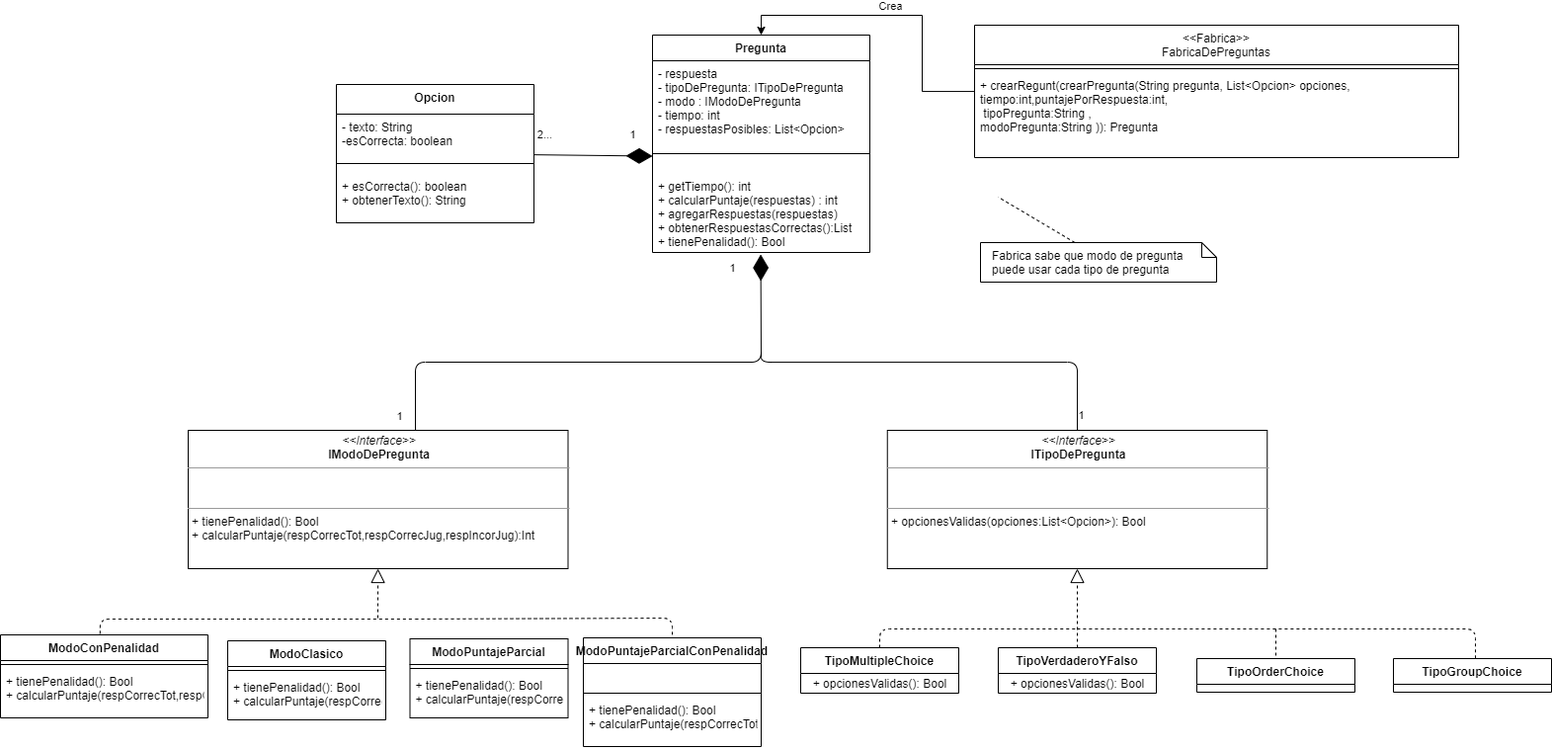
Earlier version of the draw.io export informe/diagramaPregunta.png (AndresJalife/Kahoot-2.0). Source tidied: cells renumbered, new cells last; positions are measured from the earlier drawing's top-left corner, leaving out a move shared by most shapes.
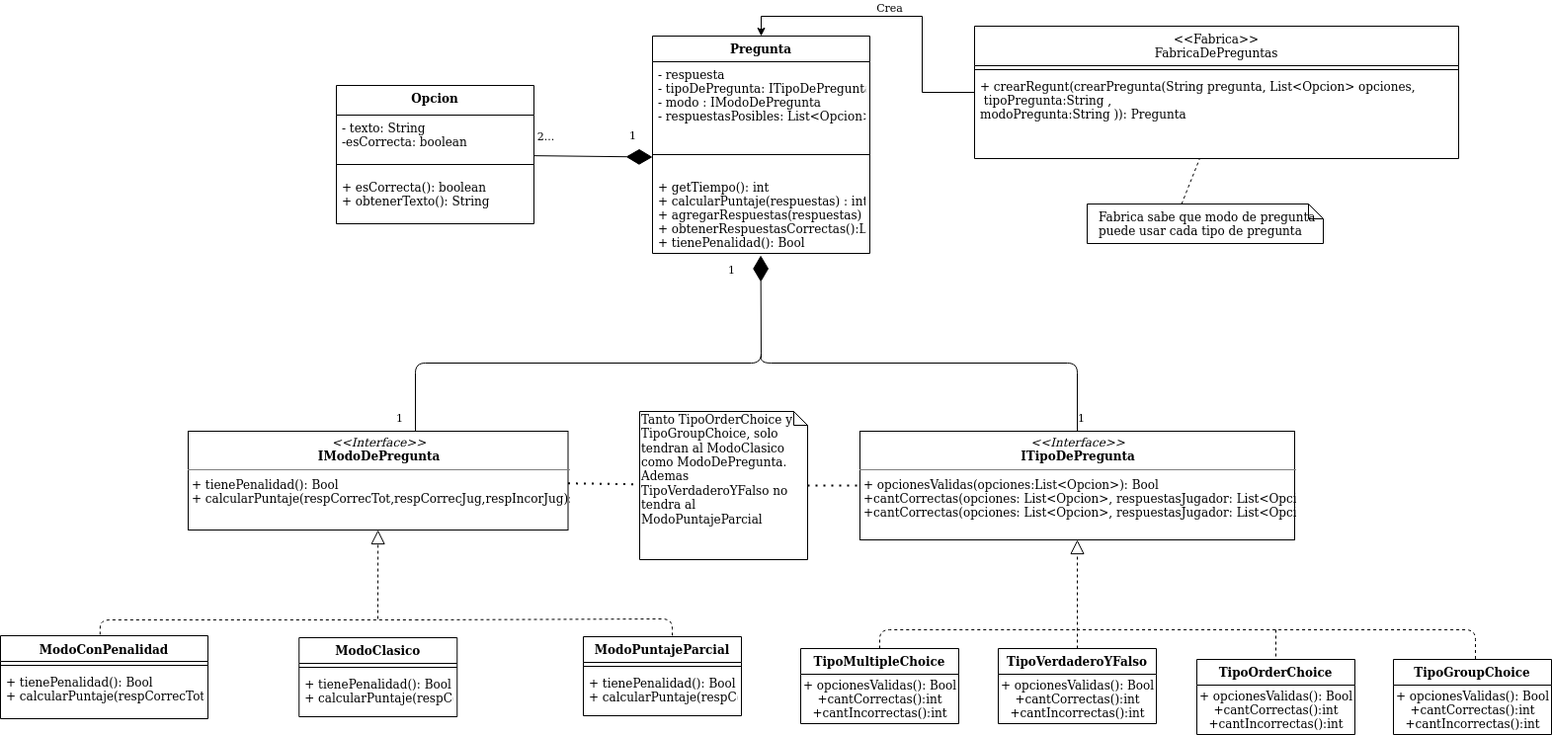
The same diagram one commit later.

Commit message:
Actualizo diagramas & informe

The edit, as a diff of the source:
```diff
@@ -2,10 +2,8 @@
   <root>
     <mxCell id="0" />
     <mxCell id="1" parent="0" />
-    <mxCell id="2" style="endArrow=block;dashed=1;endFill=0;endSize=12;html=1;entryX=0.5;entryY=1;entryDx=0;entryDy=0;exitX=0.5;exitY=0;exitDx=0;exitDy=0;" parent="1" edge="1" source="44">
-      <mxGeometry relative="1" as="geometry">
-        <mxPoint x="1090" y="550" as="targetPoint" />
-      </mxGeometry>
+    <mxCell id="2" style="endArrow=block;dashed=1;endFill=0;endSize=12;html=1;entryX=0.5;entryY=1;entryDx=0;entryDy=0;exitX=0.5;exitY=0;exitDx=0;exitDy=0;" parent="1" edge="1" source="44" target="41">
+      <mxGeometry relative="1" as="geometry" />
     </mxCell>
     <mxCell id="3" style="endArrow=none;dashed=1;html=1;exitX=0.48;exitY=-0.013;exitDx=0;exitDy=0;exitPerimeter=0;" parent="1" edge="1" source="23">
       <mxGeometry relative="1" as="geometry">
@@ -16,9 +14,10 @@
         </Array>
       </mxGeometry>
     </mxCell>
-    <mxCell id="4" style="endArrow=none;dashed=1;html=1;" parent="1" edge="1" target="32">
+    <mxCell id="4" style="endArrow=none;dashed=1;html=1;" parent="1" edge="1">
       <mxGeometry relative="1" as="geometry">
         <mxPoint x="420" y="601" as="sourcePoint" />
+        <mxPoint x="680" y="620" as="targetPoint" />
         <Array as="points">
           <mxPoint x="680" y="600" />
         </Array>
@@ -84,7 +83,7 @@
     <mxCell id="13" value="Pregunta" style="swimlane;fontStyle=1;align=center;verticalAlign=top;horizontal=1;startSize=26;" parent="1" vertex="1">
       <mxGeometry x="660" y="10" width="220" height="220" as="geometry" />
     </mxCell>
-    <mxCell id="14" value="- respuesta&#10;- tipoDePregunta: ITipoDePregunta&#10;- modo : IModoDePregunta&#10;- tiempo: int&#10;- respuestasPosibles: List&lt;Opcion&gt;&#10;" style="text;strokeColor=none;fillColor=none;align=left;verticalAlign=top;spacingLeft=4;spacingRight=4;overflow=hidden;" parent="13" vertex="1">
+    <mxCell id="14" value="- respuesta&#10;- tipoDePregunta: ITipoDePregunta&#10;- modo : IModoDePregunta&#10;- respuestasPosibles: List&lt;Opcion&gt;&#10;" style="text;strokeColor=none;fillColor=none;align=left;verticalAlign=top;spacingLeft=4;spacingRight=4;overflow=hidden;" parent="13" vertex="1">
       <mxGeometry y="26" width="220" height="74" as="geometry" />
     </mxCell>
     <mxCell id="15" style="line;strokeWidth=1;fillColor=none;align=left;verticalAlign=middle;spacingTop=-1;spacingLeft=3;spacingRight=3;labelPosition=right;" parent="13" vertex="1">
@@ -94,11 +93,17 @@
       <mxGeometry y="140" width="220" height="80" as="geometry" />
     </mxCell>
     <mxCell id="17" value="TipoOrderChoice" style="swimlane;fontStyle=1;align=center;verticalAlign=top;horizontal=1;startSize=26;" parent="1" vertex="1">
-      <mxGeometry x="1211" y="641" width="160" height="34" as="geometry" />
+      <mxGeometry x="1211" y="641" width="160" height="76" as="geometry" />
     </mxCell>
+    <mxCell id="53" value="&lt;span style=&quot;text-align: left&quot;&gt;+ opcionesValidas(): Bool&lt;/span&gt;&lt;br style=&quot;text-align: left&quot;&gt;&lt;span style=&quot;text-align: left&quot;&gt;+cantCorrectas():int&lt;/span&gt;&lt;br style=&quot;text-align: left&quot;&gt;&lt;span style=&quot;text-align: left&quot;&gt;+cantIncorrectas():int&lt;/span&gt;" style="text;html=1;align=center;verticalAlign=middle;" parent="17" vertex="1">
+      <mxGeometry y="26" width="160" height="50" as="geometry" />
+    </mxCell>
     <mxCell id="18" value="TipoGroupChoice" style="swimlane;fontStyle=1;align=center;verticalAlign=top;horizontal=1;startSize=26;" parent="1" vertex="1">
-      <mxGeometry x="1410" y="641" width="160" height="34" as="geometry" />
+      <mxGeometry x="1410" y="641" width="160" height="76" as="geometry" />
     </mxCell>
+    <mxCell id="54" value="&lt;span style=&quot;text-align: left&quot;&gt;+ opcionesValidas(): Bool&lt;/span&gt;&lt;br style=&quot;text-align: left&quot;&gt;&lt;span style=&quot;text-align: left&quot;&gt;+cantCorrectas():int&lt;/span&gt;&lt;br style=&quot;text-align: left&quot;&gt;&lt;span style=&quot;text-align: left&quot;&gt;+cantIncorrectas():int&lt;/span&gt;" style="text;html=1;align=center;verticalAlign=middle;" parent="18" vertex="1">
+      <mxGeometry y="26" width="160" height="50" as="geometry" />
+    </mxCell>
     <mxCell id="19" style="endArrow=diamondThin;endFill=1;endSize=24;html=1;" parent="1" edge="1" source="37">
       <mxGeometry relative="1" as="geometry">
         <mxPoint x="660" y="132.5" as="targetPoint" />
@@ -114,8 +119,8 @@
         <mxPoint y="-19.3" as="offset" />
       </mxGeometry>
     </mxCell>
-    <mxCell id="22" value="&lt;p style=&quot;margin: 0px ; margin-top: 4px ; text-align: center&quot;&gt;&lt;i&gt;&amp;lt;&amp;lt;Interface&amp;gt;&amp;gt;&lt;/i&gt;&lt;br&gt;&lt;span style=&quot;font-weight: 700&quot;&gt;IModoDePregunta&lt;/span&gt;&lt;br&gt;&lt;/p&gt;&lt;hr size=&quot;1&quot;&gt;&lt;p style=&quot;margin: 0px ; margin-left: 4px&quot;&gt;&lt;br&gt;&lt;br&gt;&lt;/p&gt;&lt;hr size=&quot;1&quot;&gt;&lt;p style=&quot;margin: 0px ; margin-left: 4px&quot;&gt;+ tienePenalidad(): Bool&lt;/p&gt;&lt;p style=&quot;margin: 0px ; margin-left: 4px&quot;&gt;+ calcularPuntaje(respCorrecTot,respCorrecJug,respIncorJug):Int&lt;br&gt;&lt;/p&gt;" style="verticalAlign=top;align=left;overflow=fill;fontSize=12;fontFamily=Helvetica;html=1;" parent="1" vertex="1">
-      <mxGeometry x="190" y="410" width="384.5" height="140" as="geometry" />
+    <mxCell id="22" value="&lt;p style=&quot;margin: 0px ; margin-top: 4px ; text-align: center&quot;&gt;&lt;i&gt;&amp;lt;&amp;lt;Interface&amp;gt;&amp;gt;&lt;/i&gt;&lt;br&gt;&lt;span style=&quot;font-weight: 700&quot;&gt;IModoDePregunta&lt;/span&gt;&lt;/p&gt;&lt;hr size=&quot;1&quot;&gt;&lt;p style=&quot;margin: 0px ; margin-left: 4px&quot;&gt;+ tienePenalidad(): Bool&lt;/p&gt;&lt;p style=&quot;margin: 0px ; margin-left: 4px&quot;&gt;+ calcularPuntaje(respCorrecTot,respCorrecJug,respIncorJug):Int&lt;br&gt;&lt;/p&gt;" style="verticalAlign=top;align=left;overflow=fill;fontSize=12;fontFamily=Helvetica;html=1;" parent="1" vertex="1">
+      <mxGeometry x="190" y="410" width="384.5" height="100" as="geometry" />
     </mxCell>
     <mxCell id="23" value="ModoConPenalidad" style="swimlane;fontStyle=1;align=center;verticalAlign=top;horizontal=1;startSize=26;whiteSpace=wrap;" parent="1" vertex="1">
       <mxGeometry y="617" width="210" height="84" as="geometry" />
@@ -126,36 +131,6 @@
     <mxCell id="25" value="+ tienePenalidad(): Bool&#10;+ calcularPuntaje(respCorrecTot,respCorrecJug,respIncorJug):Int&#10;" style="text;strokeColor=none;fillColor=none;align=left;verticalAlign=top;spacingLeft=4;spacingRight=4;overflow=hidden;" parent="23" vertex="1">
       <mxGeometry y="34" width="210" height="50" as="geometry" />
     </mxCell>
-    <mxCell id="26" value="ModoClasico&#10;" style="swimlane;fontStyle=1;align=center;verticalAlign=top;horizontal=1;startSize=26;" parent="1" vertex="1">
-      <mxGeometry x="230" y="623" width="160" height="80" as="geometry" />
-    </mxCell>
-    <mxCell id="27" style="line;strokeWidth=1;fillColor=none;align=left;verticalAlign=middle;spacingTop=-1;spacingLeft=3;spacingRight=3;labelPosition=right;" parent="26" vertex="1">
-      <mxGeometry y="26" width="160" height="8" as="geometry" />
-    </mxCell>
-    <mxCell id="28" value="+ tienePenalidad(): Bool&#10;+ calcularPuntaje(respCorrecTot,respCorrecJug,respIncorJug):Int&#10;" style="text;strokeColor=none;fillColor=none;align=left;verticalAlign=top;spacingLeft=4;spacingRight=4;overflow=hidden;" parent="26" vertex="1">
-      <mxGeometry y="34" width="160" height="46" as="geometry" />
-    </mxCell>
-    <mxCell id="29" value="ModoPuntajeParcial&#10;" style="swimlane;fontStyle=1;align=center;verticalAlign=top;horizontal=1;startSize=26;" parent="1" vertex="1">
-      <mxGeometry x="414.5" y="621" width="160" height="80" as="geometry" />
-    </mxCell>
-    <mxCell id="30" style="line;strokeWidth=1;fillColor=none;align=left;verticalAlign=middle;spacingTop=-1;spacingLeft=3;spacingRight=3;labelPosition=right;" parent="29" vertex="1">
-      <mxGeometry y="26" width="160" height="8" as="geometry" />
-    </mxCell>
-    <mxCell id="31" value="+ tienePenalidad(): Bool&#10;+ calcularPuntaje(respCorrecTot,respCorrecJug,respIncorJug):Int&#10;&#10;" style="text;strokeColor=none;fillColor=none;align=left;verticalAlign=top;spacingLeft=4;spacingRight=4;overflow=hidden;" parent="29" vertex="1">
-      <mxGeometry y="34" width="160" height="46" as="geometry" />
-    </mxCell>
-    <mxCell id="32" value="ModoPuntajeParcialConPenalidad&#10;" style="swimlane;fontStyle=1;align=center;verticalAlign=top;horizontal=1;startSize=26;" parent="1" vertex="1">
-      <mxGeometry x="590" y="620" width="180" height="110" as="geometry" />
-    </mxCell>
-    <mxCell id="33" value="&#10;" style="text;strokeColor=none;fillColor=none;align=left;verticalAlign=top;spacingLeft=4;spacingRight=4;overflow=hidden;" parent="32" vertex="1">
-      <mxGeometry y="26" width="180" height="26" as="geometry" />
-    </mxCell>
-    <mxCell id="34" style="line;strokeWidth=1;fillColor=none;align=left;verticalAlign=middle;spacingTop=-1;spacingLeft=3;spacingRight=3;labelPosition=right;" parent="32" vertex="1">
-      <mxGeometry y="52" width="180" height="8" as="geometry" />
-    </mxCell>
-    <mxCell id="35" value="+ tienePenalidad(): Bool&#10;+ calcularPuntaje(respCorrecTot,respCorrecJug,respIncorJug):Int&#10;&#10;" style="text;strokeColor=none;fillColor=none;align=left;verticalAlign=top;spacingLeft=4;spacingRight=4;overflow=hidden;" parent="32" vertex="1">
-      <mxGeometry y="60" width="180" height="50" as="geometry" />
-    </mxCell>
     <mxCell id="36" style="endArrow=block;dashed=1;endFill=0;endSize=12;html=1;" parent="1" edge="1" target="22">
       <mxGeometry relative="1" as="geometry">
         <mxPoint x="382" y="600" as="sourcePoint" />
@@ -173,20 +148,20 @@
     <mxCell id="40" value="+ esCorrecta(): boolean&#10;+ obtenerTexto(): String" style="text;strokeColor=none;fillColor=none;align=left;verticalAlign=top;spacingLeft=4;spacingRight=4;overflow=hidden;" parent="37" vertex="1">
       <mxGeometry y="90" width="200" height="50" as="geometry" />
     </mxCell>
-    <mxCell id="41" value="&lt;p style=&quot;margin: 0px ; margin-top: 4px ; text-align: center&quot;&gt;&lt;i&gt;&amp;lt;&amp;lt;Interface&amp;gt;&amp;gt;&lt;/i&gt;&lt;br&gt;&lt;span style=&quot;font-weight: 700&quot;&gt;ITipoDePregunta&lt;/span&gt;&lt;/p&gt;&lt;hr size=&quot;1&quot;&gt;&lt;p style=&quot;margin: 0px ; margin-left: 4px&quot;&gt;&lt;br&gt;&lt;br&gt;&lt;/p&gt;&lt;hr size=&quot;1&quot;&gt;&lt;p style=&quot;margin: 0px ; margin-left: 4px&quot;&gt;+ opcionesValidas(opciones:List&amp;lt;Opcion&amp;gt;): Bool&lt;/p&gt;" style="verticalAlign=top;align=left;overflow=fill;fontSize=12;fontFamily=Helvetica;html=1;" parent="1" vertex="1">
-      <mxGeometry x="897.8" y="410" width="384.5" height="140" as="geometry" />
+    <mxCell id="41" value="&lt;p style=&quot;margin: 0px ; margin-top: 4px ; text-align: center&quot;&gt;&lt;i&gt;&amp;lt;&amp;lt;Interface&amp;gt;&amp;gt;&lt;/i&gt;&lt;br&gt;&lt;span style=&quot;font-weight: 700&quot;&gt;ITipoDePregunta&lt;/span&gt;&lt;/p&gt;&lt;hr size=&quot;1&quot;&gt;&lt;p style=&quot;margin: 0px ; margin-left: 4px&quot;&gt;+ opcionesValidas(opciones:List&amp;lt;Opcion&amp;gt;): Bool&lt;/p&gt;&lt;p style=&quot;margin: 0px ; margin-left: 4px&quot;&gt;+cantCorrectas(opciones: List&amp;lt;Opcion&amp;gt;, respuestasJugador: List&amp;lt;Opcion&amp;gt;): int&lt;/p&gt;&lt;p style=&quot;margin: 0px ; margin-left: 4px&quot;&gt;+cantCorrectas(opciones: List&amp;lt;Opcion&amp;gt;, respuestasJugador: List&amp;lt;Opcion&amp;gt;): int&lt;br&gt;&lt;/p&gt;" style="verticalAlign=top;align=left;overflow=fill;fontSize=12;fontFamily=Helvetica;html=1;" parent="1" vertex="1">
+      <mxGeometry x="870" y="410" width="440" height="110" as="geometry" />
     </mxCell>
     <mxCell id="42" value="TipoMultipleChoice" style="swimlane;fontStyle=1;align=center;verticalAlign=top;horizontal=1;startSize=26;" parent="1" vertex="1">
-      <mxGeometry x="810" y="630" width="160" height="46" as="geometry" />
+      <mxGeometry x="810" y="630" width="160" height="76" as="geometry" />
     </mxCell>
-    <mxCell id="43" value="&lt;span style=&quot;text-align: left&quot;&gt;+ opcionesValidas(): Bool&lt;/span&gt;" style="text;html=1;align=center;verticalAlign=middle;" parent="42" vertex="1">
-      <mxGeometry y="26" width="160" height="20" as="geometry" />
+    <mxCell id="43" value="&lt;span style=&quot;text-align: left&quot;&gt;+ opcionesValidas(): Bool&lt;br&gt;+cantCorrectas():int&lt;br&gt;+cantIncorrectas():int&lt;br&gt;&lt;/span&gt;" style="text;html=1;align=center;verticalAlign=middle;" parent="42" vertex="1">
+      <mxGeometry y="26" width="160" height="50" as="geometry" />
     </mxCell>
     <mxCell id="44" value="TipoVerdaderoYFalso" style="swimlane;fontStyle=1;align=center;verticalAlign=top;horizontal=1;startSize=26;" parent="1" vertex="1">
-      <mxGeometry x="1010" y="630" width="160" height="46" as="geometry" />
+      <mxGeometry x="1010" y="630" width="160" height="76" as="geometry" />
     </mxCell>
-    <mxCell id="45" value="&lt;span style=&quot;text-align: left&quot;&gt;+ opcionesValidas(): Bool&lt;/span&gt;" style="text;html=1;align=center;verticalAlign=middle;" parent="44" vertex="1">
-      <mxGeometry y="26" width="160" height="20" as="geometry" />
+    <mxCell id="45" value="&lt;span style=&quot;text-align: left&quot;&gt;+ opcionesValidas(): Bool&lt;/span&gt;&lt;br style=&quot;text-align: left&quot;&gt;&lt;span style=&quot;text-align: left&quot;&gt;+cantCorrectas():int&lt;/span&gt;&lt;br style=&quot;text-align: left&quot;&gt;&lt;span style=&quot;text-align: left&quot;&gt;+cantIncorrectas():int&lt;/span&gt;" style="text;html=1;align=center;verticalAlign=middle;" parent="44" vertex="1">
+      <mxGeometry y="26" width="160" height="50" as="geometry" />
     </mxCell>
     <mxCell id="46" style="edgeStyle=orthogonalEdgeStyle;rounded=0;jettySize=auto;html=1;entryX=0.5;entryY=0;entryDx=0;entryDy=0;" parent="1" edge="1" source="50" target="13">
       <mxGeometry relative="1" as="geometry" />
@@ -197,12 +172,10 @@
       </mxGeometry>
     </mxCell>
     <mxCell id="48" value="Fabrica sabe que modo de pregunta puede usar cada tipo de pregunta" style="shape=note;size=15;align=left;spacingLeft=10;html=1;whiteSpace=wrap;" parent="1" vertex="1">
-      <mxGeometry x="992" y="220" width="239" height="40" as="geometry" />
+      <mxGeometry x="1100" y="180" width="239" height="40" as="geometry" />
     </mxCell>
-    <mxCell id="49" style="edgeStyle=none;endArrow=none;exitX=0.4;exitY=0;dashed=1;html=1;" parent="1" edge="1" source="48">
-      <mxGeometry x="1" relative="1" as="geometry">
-        <mxPoint x="1010" y="174" as="targetPoint" />
-      </mxGeometry>
+    <mxCell id="49" style="edgeStyle=none;endArrow=none;exitX=0.4;exitY=0;dashed=1;html=1;" parent="1" edge="1" source="48" target="52">
+      <mxGeometry x="1" relative="1" as="geometry" />
     </mxCell>
     <mxCell id="50" value="&lt;&lt;Fabrica&gt;&gt;&#10;FabricaDePreguntas" style="swimlane;fontStyle=0;align=center;verticalAlign=top;horizontal=1;startSize=40;" parent="1" vertex="1">
       <mxGeometry x="986" width="490" height="134" as="geometry" />
@@ -210,8 +183,35 @@
     <mxCell id="51" style="line;strokeWidth=1;fillColor=none;align=left;verticalAlign=middle;spacingTop=-1;spacingLeft=3;spacingRight=3;labelPosition=right;" parent="50" vertex="1">
       <mxGeometry y="40" width="490" height="8" as="geometry" />
     </mxCell>
-    <mxCell id="52" value="+ crearRegunt(crearPregunta(String pregunta, List&lt;Opcion&gt; opciones,&#10;tiempo:int,puntajePorRespuesta:int,&#10; tipoPregunta:String ,&#10;modoPregunta:String )): Pregunta" style="text;strokeColor=none;fillColor=none;align=left;verticalAlign=top;spacingLeft=4;spacingRight=4;overflow=hidden;points=[[0,0.5],[1,0.5]];portConstraint=eastwest;" parent="50" vertex="1">
+    <mxCell id="52" value="+ crearRegunt(crearPregunta(String pregunta, List&lt;Opcion&gt; opciones,&#10; tipoPregunta:String ,&#10;modoPregunta:String )): Pregunta" style="text;strokeColor=none;fillColor=none;align=left;verticalAlign=top;spacingLeft=4;spacingRight=4;overflow=hidden;points=[[0,0.5],[1,0.5]];portConstraint=eastwest;" parent="50" vertex="1">
       <mxGeometry y="48" width="490" height="86" as="geometry" />
     </mxCell>
+    <mxCell id="29" value="ModoPuntajeParcial&#10;" style="swimlane;fontStyle=1;align=center;verticalAlign=top;horizontal=1;startSize=26;" parent="1" vertex="1">
+      <mxGeometry x="590" y="618" width="160" height="80" as="geometry" />
+    </mxCell>
+    <mxCell id="30" style="line;strokeWidth=1;fillColor=none;align=left;verticalAlign=middle;spacingTop=-1;spacingLeft=3;spacingRight=3;labelPosition=right;" parent="29" vertex="1">
+      <mxGeometry y="26" width="160" height="8" as="geometry" />
+    </mxCell>
+    <mxCell id="31" value="+ tienePenalidad(): Bool&#10;+ calcularPuntaje(respCorrecTot,respCorrecJug,respIncorJug):Int&#10;&#10;" style="text;strokeColor=none;fillColor=none;align=left;verticalAlign=top;spacingLeft=4;spacingRight=4;overflow=hidden;" parent="29" vertex="1">
+      <mxGeometry y="34" width="160" height="46" as="geometry" />
+    </mxCell>
+    <mxCell id="26" value="ModoClasico&#10;" style="swimlane;fontStyle=1;align=center;verticalAlign=top;horizontal=1;startSize=26;" parent="1" vertex="1">
+      <mxGeometry x="302.2" y="619" width="160" height="80" as="geometry" />
+    </mxCell>
+    <mxCell id="27" style="line;strokeWidth=1;fillColor=none;align=left;verticalAlign=middle;spacingTop=-1;spacingLeft=3;spacingRight=3;labelPosition=right;" parent="26" vertex="1">
+      <mxGeometry y="26" width="160" height="8" as="geometry" />
+    </mxCell>
+    <mxCell id="28" value="+ tienePenalidad(): Bool&#10;+ calcularPuntaje(respCorrecTot,respCorrecJug,respIncorJug):Int&#10;" style="text;strokeColor=none;fillColor=none;align=left;verticalAlign=top;spacingLeft=4;spacingRight=4;overflow=hidden;" parent="26" vertex="1">
+      <mxGeometry y="34" width="160" height="46" as="geometry" />
+    </mxCell>
+    <mxCell id="55" value="&lt;div&gt;Tanto TipoOrderChoice y TipoGroupChoice, solo tendran al ModoClasico como ModoDePregunta. Ademas TipoVerdaderoYFalso no tendra al ModoPuntajeParcial&lt;/div&gt;&lt;div&gt;&lt;br&gt;&lt;/div&gt;" style="shape=note;whiteSpace=wrap;html=1;size=14;verticalAlign=top;align=left;spacingTop=-6;" parent="1" vertex="1">
+      <mxGeometry x="647" y="390" width="170" height="150" as="geometry" />
+    </mxCell>
+    <mxCell id="56" style="endArrow=none;dashed=1;html=1;dashPattern=1 3;strokeWidth=2;" parent="1" edge="1" source="22" target="55">
+      <mxGeometry relative="1" as="geometry" />
+    </mxCell>
+    <mxCell id="57" style="endArrow=none;dashed=1;html=1;dashPattern=1 3;strokeWidth=2;" parent="1" edge="1" source="55" target="41">
+      <mxGeometry relative="1" as="geometry" />
+    </mxCell>
   </root>
 </mxGraphModel>
```
